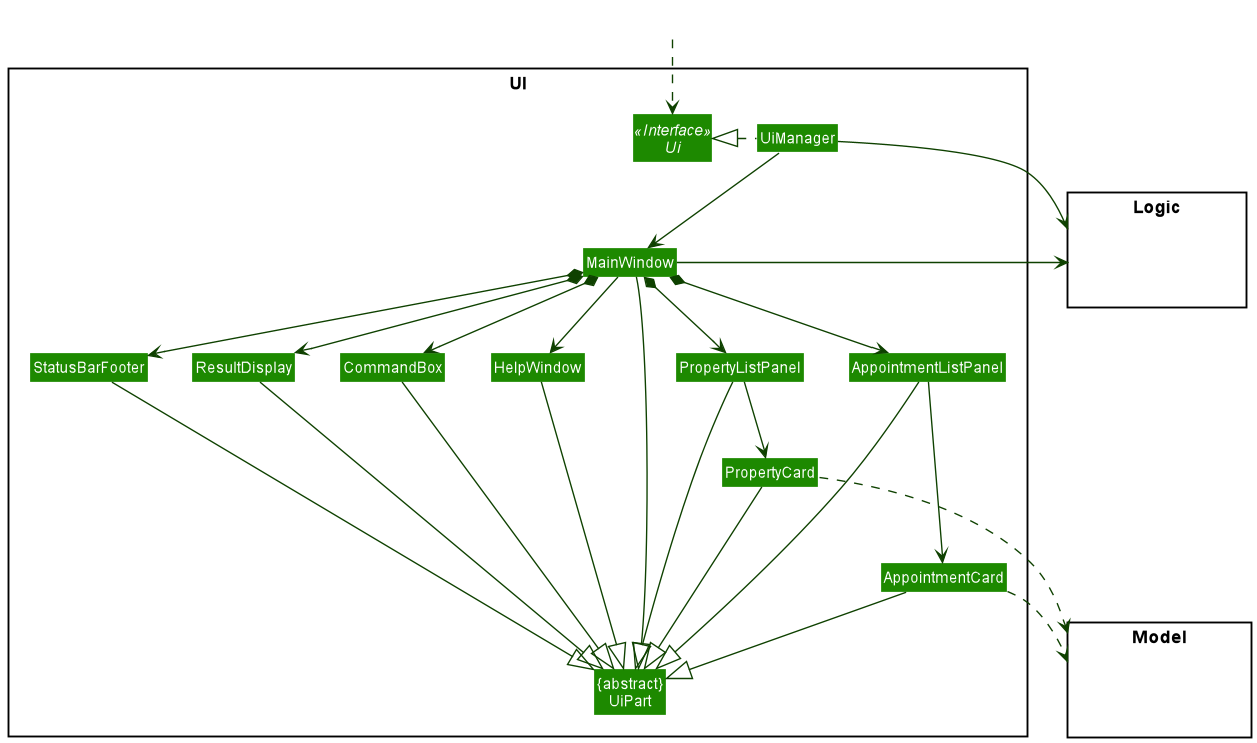
Above: docs/images/UiClassDiagram.png in nus-cs2103-AY2021S2/tp (PlantUML), before the change.
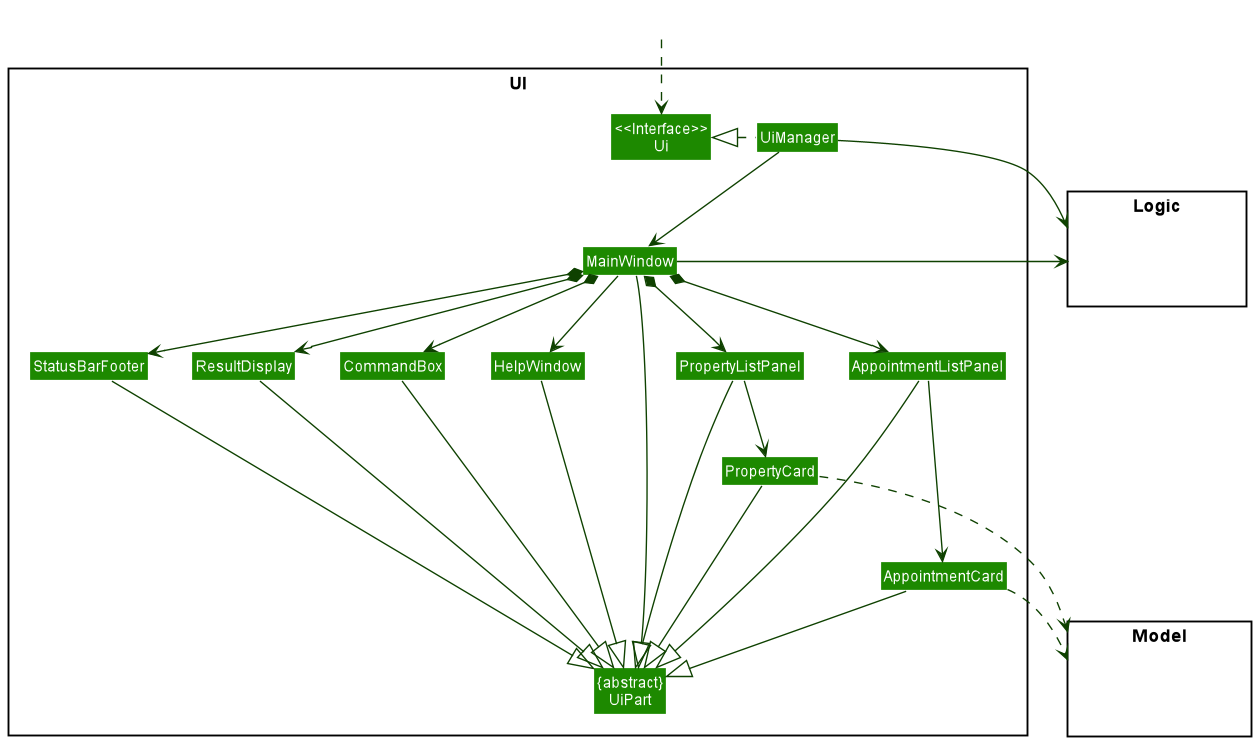
The same diagram one commit later.

Commit message:
Remove italics font from interfaces in UML class diagrams

The edit, as a diff of the source:
```diff
@@ -5,7 +5,7 @@
 skinparam classBackgroundColor UI_COLOR
 
 package UI <<Rectangle>>{
-Interface Ui <<Interface>>
+Class "<<Interface>>\nUi" as Ui
 Class "{abstract}\nUiPart" as UiPart
 Class UiManager
 Class MainWindow
```
